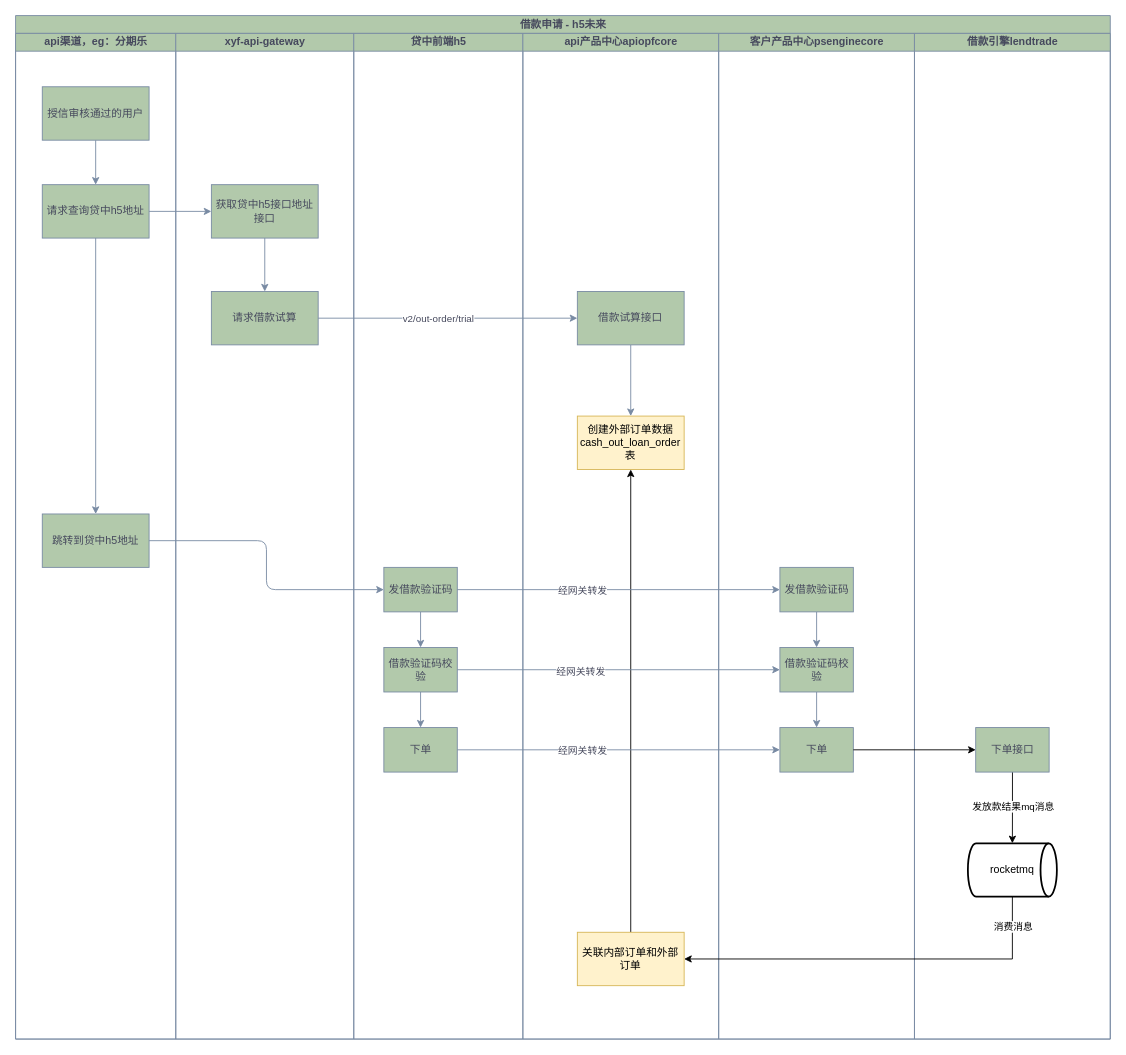
Before: api贷中-h5下单未来.drawio in yuanlj-tea/picgo, a draw.io diagram. Source tidied: cells renumbered, new cells numbered last; positions are measured from the earlier drawing's top-left corner, leaving out a move shared by most shapes. Both pictures are drawn from the tidied source at 89%, with x=0, y=0 at pixel (15, 15).
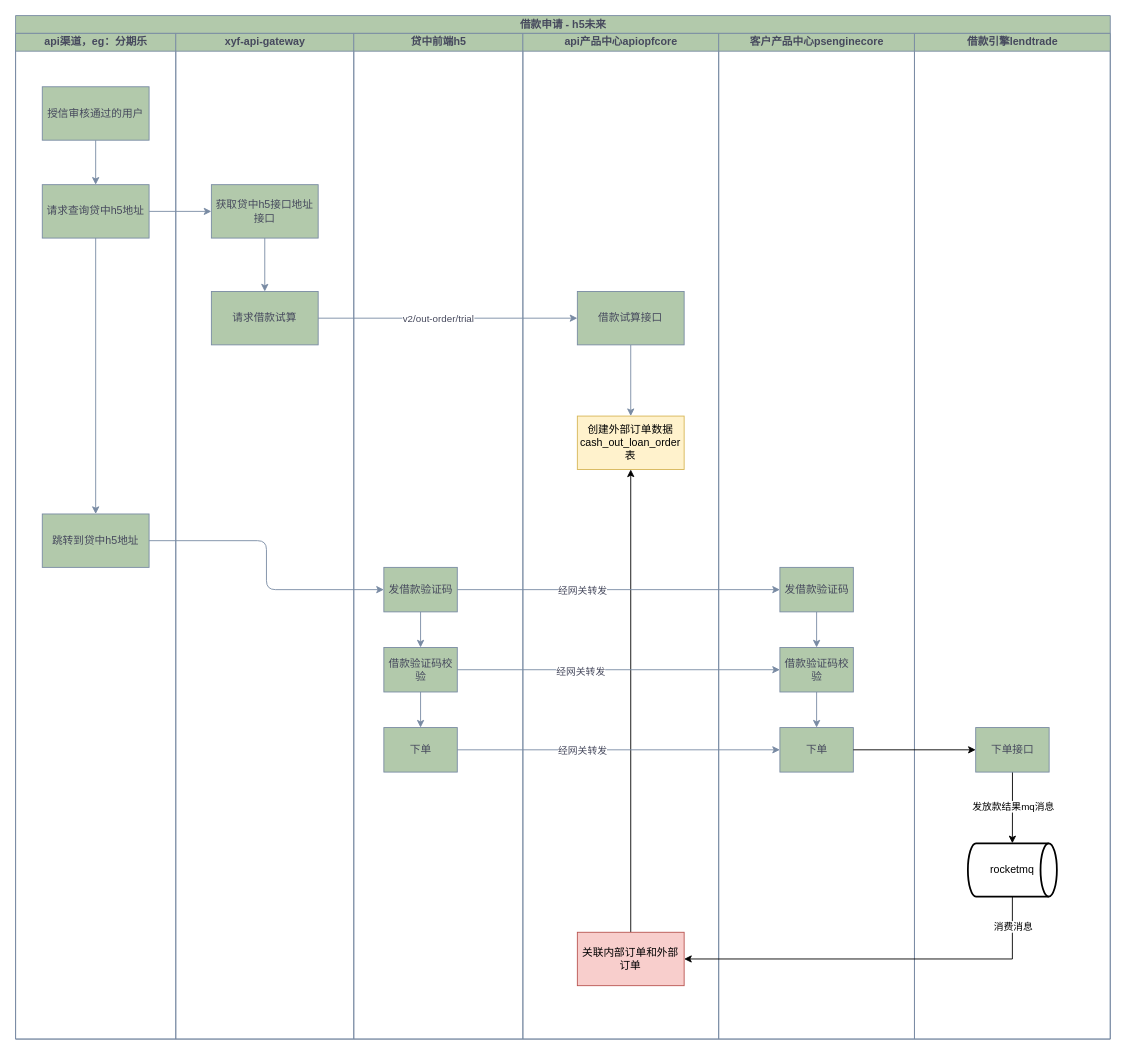
Above is the later version.

Commit message (it also covers changes not shown here):
更新api贷中-h5下单未来.drawio

The change refers to these unchanged cells:
```xml
<mxCell id="19" value="api产品中心apiopfcore" style="swimlane;startSize=20;html=1;labelBackgroundColor=none;fillColor=#B2C9AB;strokeColor=#788AA3;fontColor=#46495D;" parent="2" vertex="1">
  <mxGeometry x="570" y="20" width="220" height="1130" as="geometry" />
</mxCell>
```

The edit, as a diff of the source:
```diff
@@
-    <mxCell id="24" value="关联内部订单和外部订单" style="rounded=0;whiteSpace=wrap;html=1;strokeColor=#d6b656;fillColor=#fff2cc;" parent="19" vertex="1">
+    <mxCell id="24" value="关联内部订单和外部订单" style="rounded=0;whiteSpace=wrap;html=1;strokeColor=#b85450;fillColor=#f8cecc;" parent="19" vertex="1">
       <mxGeometry x="61.2" y="1010" width="120" height="60" as="geometry" />
     </mxCell>
```
